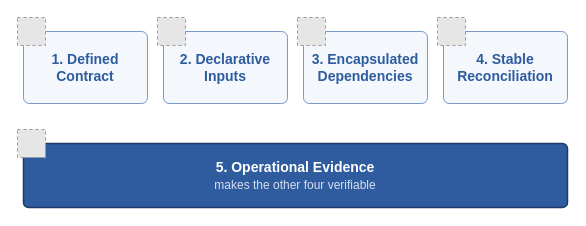
Above: page "Idea 09 – Factors four plus foundation" (9 of 16) of diagrams/ideas/pcf-diagram-ideas.drawio in missBerg/platform-capabilities (draw.io), before the change. Source tidied: cells renumbered, new cells numbered last; positions are measured from the earlier drawing's top-left corner, leaving out a move shared by most shapes. Both pictures are drawn from the tidied source at 100%, with x=0, y=0 at pixel (17, 17). Pictures stored in the file or linked from it are replaced by grey dashed boxes.
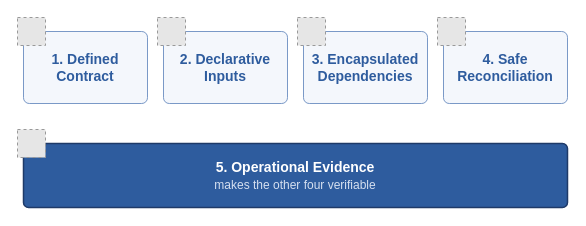
The same diagram, later.

The edit, as a diff of the source:
```diff
@@
 <mxGraphModel>
   <root>
     <mxCell id="0" />
     <mxCell id="1" parent="0" />
     <mxCell id="2" value="&lt;b&gt;1. Defined Contract&lt;/b&gt;" style="rounded=1;whiteSpace=wrap;html=1;arcSize=8;fillColor=#F4F7FC;strokeColor=#7A99C7;strokeWidth=1;fontColor=#2E5C9E;fontFamily=Helvetica;fontSize=14;align=center;verticalAlign=middle;shadow=0;" parent="1" vertex="1">
       <mxGeometry x="6" y="14" width="124" height="72" as="geometry" />
     </mxCell>
     <mxCell id="3" style="fillColor=#E6E6E6;strokeColor=#999999;dashed=1;verticalLabelPosition=bottom;verticalAlign=top;align=center;fontFamily=Helvetica;fontSize=14;fontColor=#1F3A68;" parent="1" vertex="1">
       <mxGeometry width="28" height="28" as="geometry" />
     </mxCell>
     <mxCell id="4" value="&lt;b&gt;2. Declarative Inputs&lt;/b&gt;" style="rounded=1;whiteSpace=wrap;html=1;arcSize=8;fillColor=#F4F7FC;strokeColor=#7A99C7;strokeWidth=1;fontColor=#2E5C9E;fontFamily=Helvetica;fontSize=14;align=center;verticalAlign=middle;shadow=0;" parent="1" vertex="1">
       <mxGeometry x="146" y="14" width="124" height="72" as="geometry" />
     </mxCell>
     <mxCell id="5" style="fillColor=#E6E6E6;strokeColor=#999999;dashed=1;verticalLabelPosition=bottom;verticalAlign=top;align=center;fontFamily=Helvetica;fontSize=14;fontColor=#1F3A68;" parent="1" vertex="1">
       <mxGeometry x="140" width="28" height="28" as="geometry" />
     </mxCell>
     <mxCell id="6" value="&lt;b&gt;3. Encapsulated Dependencies&lt;/b&gt;" style="rounded=1;whiteSpace=wrap;html=1;arcSize=8;fillColor=#F4F7FC;strokeColor=#7A99C7;strokeWidth=1;fontColor=#2E5C9E;fontFamily=Helvetica;fontSize=14;align=center;verticalAlign=middle;shadow=0;" parent="1" vertex="1">
       <mxGeometry x="286" y="14" width="124" height="72" as="geometry" />
     </mxCell>
     <mxCell id="7" style="fillColor=#E6E6E6;strokeColor=#999999;dashed=1;verticalLabelPosition=bottom;verticalAlign=top;align=center;fontFamily=Helvetica;fontSize=14;fontColor=#1F3A68;" parent="1" vertex="1">
       <mxGeometry x="280" width="28" height="28" as="geometry" />
     </mxCell>
-    <mxCell id="8" value="&lt;b&gt;4. Stable Reconciliation&lt;/b&gt;" style="rounded=1;whiteSpace=wrap;html=1;arcSize=8;fillColor=#F4F7FC;strokeColor=#7A99C7;strokeWidth=1;fontColor=#2E5C9E;fontFamily=Helvetica;fontSize=14;align=center;verticalAlign=middle;shadow=0;" parent="1" vertex="1">
+    <mxCell id="8" value="&lt;b&gt;4. Safe Reconciliation&lt;/b&gt;" style="rounded=1;whiteSpace=wrap;html=1;arcSize=8;fillColor=#F4F7FC;strokeColor=#7A99C7;strokeWidth=1;fontColor=#2E5C9E;fontFamily=Helvetica;fontSize=14;align=center;verticalAlign=middle;shadow=0;" parent="1" vertex="1">
       <mxGeometry x="426" y="14" width="124" height="72" as="geometry" />
     </mxCell>
     <mxCell id="9" style="fillColor=#E6E6E6;strokeColor=#999999;dashed=1;verticalLabelPosition=bottom;verticalAlign=top;align=center;fontFamily=Helvetica;fontSize=14;fontColor=#1F3A68;" parent="1" vertex="1">
       <mxGeometry x="420" width="28" height="28" as="geometry" />
     </mxCell>
     <mxCell id="10" value="&lt;b&gt;5. Operational Evidence&lt;/b&gt;&lt;br&gt;&lt;font style=&quot;font-size: 12px&quot; color=&quot;#D6E0F0&quot;&gt;makes the other four verifiable&lt;/font&gt;" style="rounded=1;whiteSpace=wrap;html=1;arcSize=8;fillColor=#2E5C9E;strokeColor=#1F3A68;strokeWidth=1.5;fontColor=#FFFFFF;fontFamily=Helvetica;fontSize=14;align=center;verticalAlign=middle;shadow=0;" parent="1" vertex="1">
       <mxGeometry x="6" y="126" width="544" height="64" as="geometry" />
     </mxCell>
     <mxCell id="11" style="fillColor=#E6E6E6;strokeColor=#999999;dashed=1;verticalLabelPosition=bottom;verticalAlign=top;align=center;fontFamily=Helvetica;fontSize=14;fontColor=#1F3A68;" parent="1" vertex="1">
       <mxGeometry y="112" width="28" height="28" as="geometry" />
     </mxCell>
   </root>
 </mxGraphModel>
```
